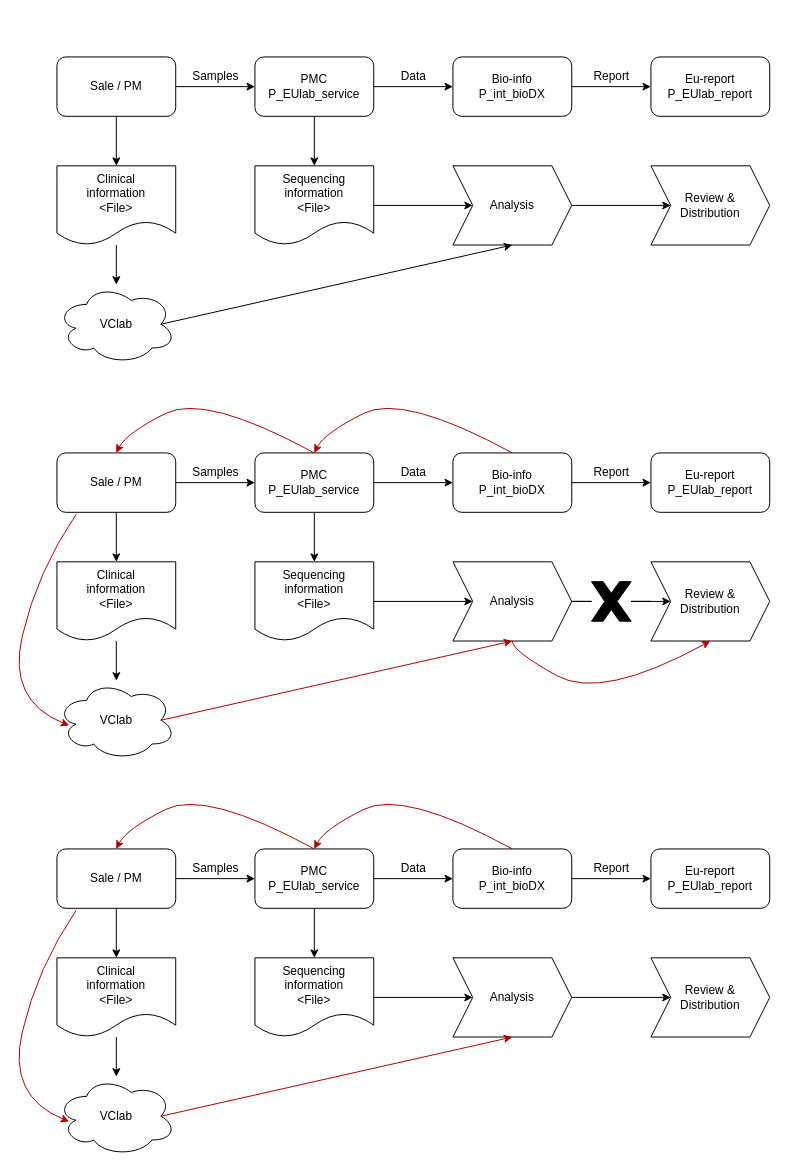
The draw.io diagram 未命名绘图.drawio in WilliamCharlieBlue/DrawIO, before the edit. Source tidied: cells renumbered, new cells numbered last; positions are measured from the earlier drawing's top-left corner, leaving out a move shared by most shapes. Both pictures are drawn from the tidied source at 99%, with x=0, y=0 at pixel (7, 56).
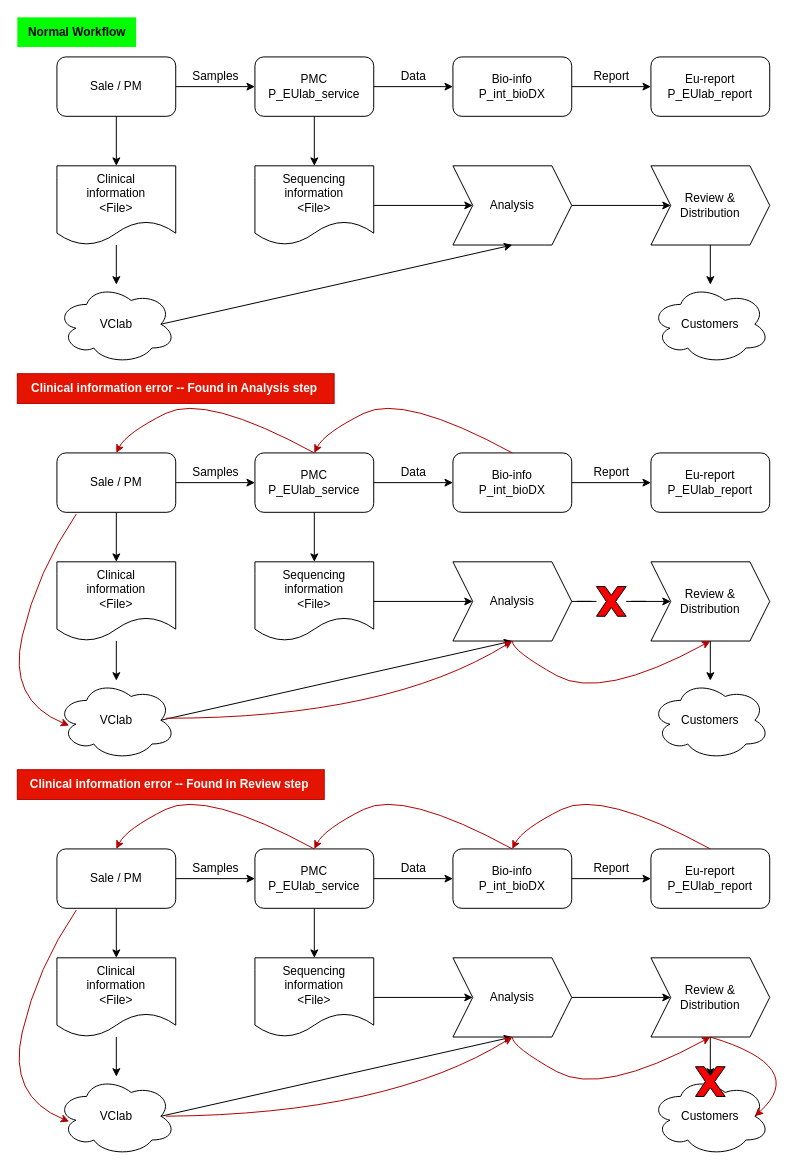
The same diagram, later.

Commit message:
更新未命名绘图.drawio

The change refers to these unchanged cells:
```xml
<mxCell id="22" value="Review &amp;amp;&lt;br&gt;Distribution" style="shape=step;perimeter=stepPerimeter;whiteSpace=wrap;html=1;fixedSize=1;" parent="1" vertex="1">
  <mxGeometry x="650" y="110" width="120" height="80" as="geometry" />
</mxCell>
<mxCell id="36" value="VClab" style="ellipse;shape=cloud;whiteSpace=wrap;html=1;" parent="1" vertex="1">
  <mxGeometry x="50" y="630" width="120" height="80" as="geometry" />
</mxCell>
<mxCell id="38" value="Analysis" style="shape=step;perimeter=stepPerimeter;whiteSpace=wrap;html=1;fixedSize=1;" parent="1" vertex="1">
  <mxGeometry x="450" y="510" width="120" height="80" as="geometry" />
</mxCell>
<mxCell id="43" value="Review &amp;amp;&lt;br&gt;Distribution" style="shape=step;perimeter=stepPerimeter;whiteSpace=wrap;html=1;fixedSize=1;" parent="1" vertex="1">
  <mxGeometry x="650" y="510" width="120" height="80" as="geometry" />
</mxCell>
<mxCell id="60" value="VClab" style="ellipse;shape=cloud;whiteSpace=wrap;html=1;" parent="1" vertex="1">
  <mxGeometry x="50" y="1030" width="120" height="80" as="geometry" />
</mxCell>
<mxCell id="62" value="Analysis" style="shape=step;perimeter=stepPerimeter;whiteSpace=wrap;html=1;fixedSize=1;" parent="1" vertex="1">
  <mxGeometry x="450" y="910" width="120" height="80" as="geometry" />
</mxCell>
<mxCell id="67" value="Review &amp;amp;&lt;br&gt;Distribution" style="shape=step;perimeter=stepPerimeter;whiteSpace=wrap;html=1;fixedSize=1;" parent="1" vertex="1">
  <mxGeometry x="650" y="910" width="120" height="80" as="geometry" />
</mxCell>
```

Diff of the diagram source:
```diff
@@
+    <mxCell id="74" style="edgeStyle=orthogonalEdgeStyle;rounded=0;jettySize=auto;html=1;" parent="1" edge="1" source="22" target="79">
+      <mxGeometry relative="1" as="geometry" />
+    </mxCell>
@@
-    <mxCell id="37" style="edgeStyle=orthogonalEdgeStyle;rounded=0;jettySize=auto;html=1;entryX=0;entryY=0.5;entryDx=0;entryDy=0;startArrow=none;" parent="1" edge="1" source="71" target="43">
-      <mxGeometry relative="1" as="geometry" />
-    </mxCell>
+    <mxCell id="75" style="edgeStyle=orthogonalEdgeStyle;rounded=0;jettySize=auto;html=1;startArrow=none;" parent="1" edge="1" source="86" target="43">
+      <mxGeometry relative="1" as="geometry" />
+    </mxCell>
@@
-    <mxCell id="39" style="endArrow=classic;html=1;rounded=0;exitX=0.875;exitY=0.5;exitDx=0;exitDy=0;exitPerimeter=0;entryX=0.5;entryY=1;entryDx=0;entryDy=0;fillColor=#e51400;strokeColor=#B20000;" parent="1" edge="1" source="36" target="38">
+    <mxCell id="39" style="endArrow=classic;html=1;rounded=0;exitX=0.875;exitY=0.5;exitDx=0;exitDy=0;exitPerimeter=0;entryX=0.5;entryY=1;entryDx=0;entryDy=0;fillColor=#e51400;strokeColor=#000000;" parent="1" edge="1" source="36" target="38">
       <mxGeometry relative="1" as="geometry" />
     </mxCell>
@@
+    <mxCell id="76" style="edgeStyle=orthogonalEdgeStyle;rounded=0;jettySize=auto;html=1;" parent="1" edge="1" source="43" target="78">
+      <mxGeometry relative="1" as="geometry" />
+    </mxCell>
@@
-    <mxCell id="63" style="endArrow=classic;html=1;rounded=0;exitX=0.875;exitY=0.5;exitDx=0;exitDy=0;exitPerimeter=0;entryX=0.5;entryY=1;entryDx=0;entryDy=0;fillColor=#e51400;strokeColor=#B20000;" parent="1" edge="1" source="60" target="62">
+    <mxCell id="63" style="endArrow=classic;html=1;rounded=0;exitX=0.875;exitY=0.5;exitDx=0;exitDy=0;exitPerimeter=0;entryX=0.5;entryY=1;entryDx=0;entryDy=0;fillColor=#e51400;strokeColor=#000000;" parent="1" edge="1" source="60" target="62">
       <mxGeometry relative="1" as="geometry" />
     </mxCell>
@@
+    <mxCell id="77" style="edgeStyle=orthogonalEdgeStyle;rounded=0;jettySize=auto;html=1;" parent="1" edge="1" source="67" target="80">
+      <mxGeometry relative="1" as="geometry" />
+    </mxCell>
@@
-    <mxCell id="71" style="verticalLabelPosition=bottom;verticalAlign=top;html=1;shape=mxgraph.basic.x;fillColor=#000000;" parent="1" vertex="1">
-      <mxGeometry x="590" y="530" width="40" height="40" as="geometry" />
-    </mxCell>
-    <mxCell id="72" style="edgeStyle=orthogonalEdgeStyle;rounded=0;jettySize=auto;html=1;entryX=0;entryY=0.5;entryDx=0;entryDy=0;endArrow=none;" parent="1" edge="1" source="38" target="71">
-      <mxGeometry relative="1" as="geometry" />
-    </mxCell>
@@
+    <mxCell id="78" value="Customers" style="ellipse;shape=cloud;whiteSpace=wrap;html=1;" parent="1" vertex="1">
+      <mxGeometry x="650" y="630" width="120" height="80" as="geometry" />
+    </mxCell>
+    <mxCell id="79" value="Customers" style="ellipse;shape=cloud;whiteSpace=wrap;html=1;" parent="1" vertex="1">
+      <mxGeometry x="650" y="230" width="120" height="80" as="geometry" />
+    </mxCell>
+    <mxCell id="80" value="Customers" style="ellipse;shape=cloud;whiteSpace=wrap;html=1;" parent="1" vertex="1">
+      <mxGeometry x="650" y="1030" width="120" height="80" as="geometry" />
+    </mxCell>
+    <mxCell id="81" style="curved=1;endArrow=classic;html=1;rounded=0;exitX=0.5;exitY=0;exitDx=0;exitDy=0;entryX=0.5;entryY=0;entryDx=0;entryDy=0;fillColor=#e51400;strokeColor=#B20000;" parent="1" edge="1">
+      <mxGeometry relative="1" as="geometry">
+        <mxPoint x="710" y="800" as="sourcePoint" />
+        <mxPoint x="510" y="800" as="targetPoint" />
+        <Array as="points">
+          <mxPoint x="600" y="740" />
+          <mxPoint x="520" y="780" />
+        </Array>
+      </mxGeometry>
+    </mxCell>
+    <mxCell id="82" style="curved=1;endArrow=classic;html=1;rounded=0;entryX=0.5;entryY=1;entryDx=0;entryDy=0;fillColor=#e51400;strokeColor=#B20000;" parent="1" edge="1">
+      <mxGeometry relative="1" as="geometry">
+        <mxPoint x="510" y="990" as="sourcePoint" />
+        <mxPoint x="710" y="990" as="targetPoint" />
+        <Array as="points">
+          <mxPoint x="510" y="1000" />
+          <mxPoint x="600" y="1050" />
+        </Array>
+      </mxGeometry>
+    </mxCell>
+    <mxCell id="83" style="curved=1;endArrow=classic;html=1;rounded=0;entryX=0.875;entryY=0.5;entryDx=0;entryDy=0;fillColor=#e51400;strokeColor=#B20000;exitX=0.5;exitY=1;exitDx=0;exitDy=0;entryPerimeter=0;" parent="1" edge="1" source="67" target="80">
+      <mxGeometry relative="1" as="geometry">
+        <Array as="points">
+          <mxPoint x="810" y="1020" />
+        </Array>
+      </mxGeometry>
+    </mxCell>
+    <mxCell id="84" style="verticalLabelPosition=bottom;verticalAlign=top;html=1;shape=mxgraph.basic.x;fillStyle=auto;fillColor=#f70202;gradientColor=none;" parent="1" vertex="1">
+      <mxGeometry x="695" y="1020" width="30" height="30" as="geometry" />
+    </mxCell>
+    <mxCell id="85" style="edgeStyle=orthogonalEdgeStyle;rounded=0;jettySize=auto;html=1;endArrow=none;" parent="1" edge="1" source="38" target="86">
+      <mxGeometry relative="1" as="geometry" />
+    </mxCell>
+    <mxCell id="86" style="verticalLabelPosition=bottom;verticalAlign=top;html=1;shape=mxgraph.basic.x;fillStyle=auto;fillColor=#f70202;gradientColor=none;" parent="1" vertex="1">
+      <mxGeometry x="595" y="535" width="30" height="30" as="geometry" />
+    </mxCell>
+    <mxCell id="87" value="Normal Workflow" style="text;html=1;align=center;verticalAlign=middle;strokeColor=none;fillColor=#00FF00;fillStyle=auto;fontStyle=1;" parent="1" vertex="1">
+      <mxGeometry x="10" y="-40" width="120" height="30" as="geometry" />
+    </mxCell>
+    <mxCell id="88" value="Clinical information error -- Found in Analysis step&amp;nbsp;" style="text;html=1;align=center;verticalAlign=middle;strokeColor=#B20000;fillColor=#e51400;fillStyle=auto;fontStyle=1;fontColor=#ffffff;" parent="1" vertex="1">
+      <mxGeometry x="10" y="320" width="320" height="30" as="geometry" />
+    </mxCell>
+    <mxCell id="89" value="Clinical information error -- Found in Review step&amp;nbsp;" style="text;html=1;align=center;verticalAlign=middle;strokeColor=#B20000;fillColor=#e51400;fillStyle=auto;fontStyle=1;fontColor=#ffffff;" parent="1" vertex="1">
+      <mxGeometry x="10" y="720" width="310" height="30" as="geometry" />
+    </mxCell>
+    <mxCell id="90" style="curved=1;endArrow=classic;html=1;rounded=0;fillColor=#e51400;strokeColor=#B20000;" parent="1" edge="1">
+      <mxGeometry relative="1" as="geometry">
+        <mxPoint x="160" y="1070" as="sourcePoint" />
+        <mxPoint x="510" y="990" as="targetPoint" />
+        <Array as="points">
+          <mxPoint x="384" y="1068.2" />
+        </Array>
+      </mxGeometry>
+    </mxCell>
+    <mxCell id="91" style="curved=1;endArrow=classic;html=1;rounded=0;fillColor=#e51400;strokeColor=#B20000;" parent="1" edge="1">
+      <mxGeometry relative="1" as="geometry">
+        <mxPoint x="160" y="668" as="sourcePoint" />
+        <mxPoint x="510" y="590" as="targetPoint" />
+        <Array as="points">
+          <mxPoint x="384" y="668.2" />
+        </Array>
+      </mxGeometry>
+    </mxCell>
```
